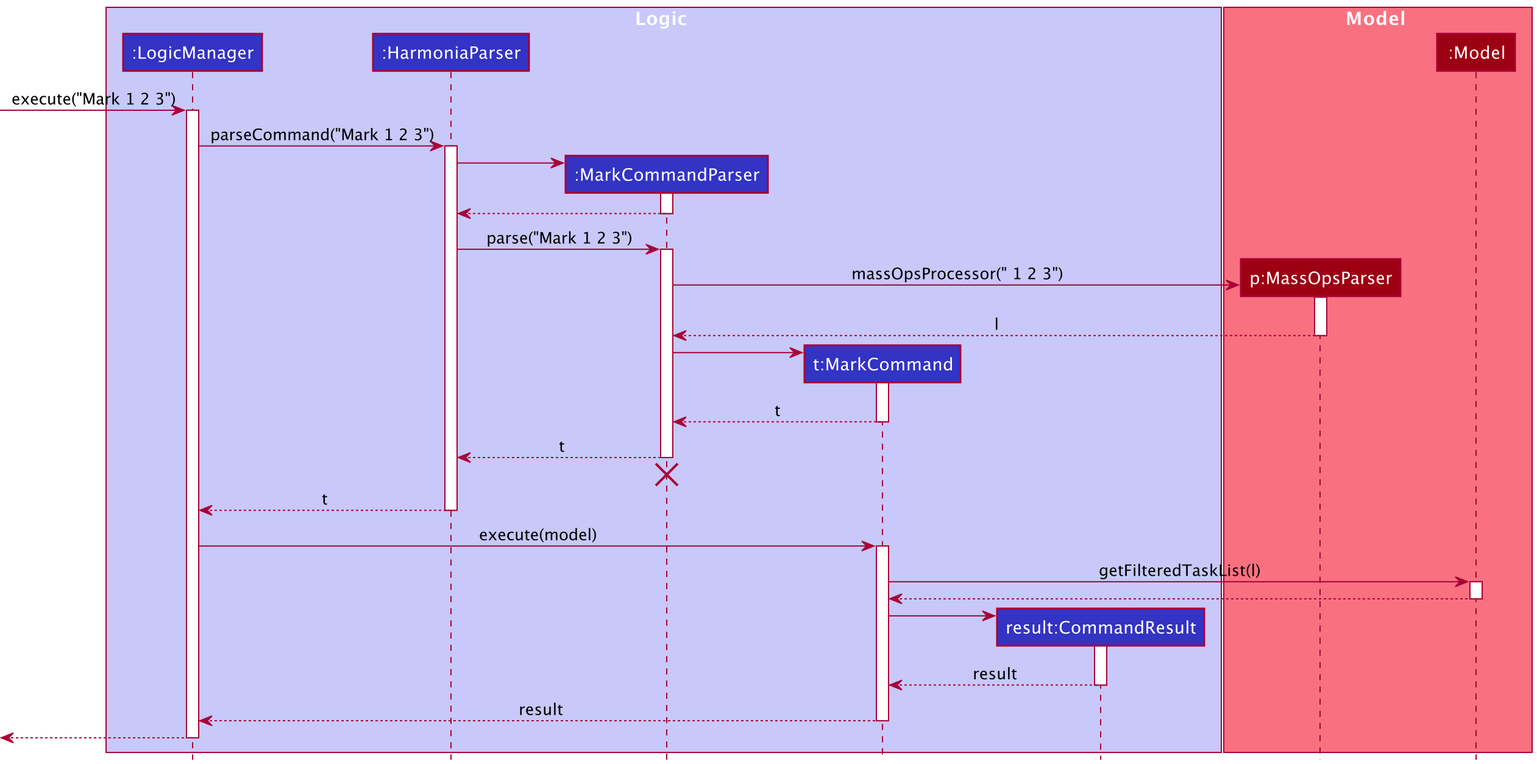
Before: docs/images/MassOpsMark.png, a diagram exported from PlantUML (sbhbenjamin/tp). Its source is kept beside it as docs/diagrams/MassOpsMark.puml. The source it was exported from:
```plantuml
@startuml
!include style.puml

 box Logic LOGIC_COLOR_T1
 participant ":LogicManager" as LogicManager LOGIC_COLOR
 participant ":HarmoniaParser" as HarmoniaParser LOGIC_COLOR
 participant ":MarkCommandParser" as MarkCommandParser LOGIC_COLOR
 participant "t:MarkCommand" as MarkCommand LOGIC_COLOR
 participant "result:CommandResult" as CommandResult LOGIC_COLOR
 end box

 box Model MODEL_COLOR_T1
 participant "p:MassOpsParser" as MassOpsParser MODEL_COLOR
 participant ":Model" as Model MODEL_COLOR
 end box

 [-> LogicManager : execute("Mark 1 2 3")
 activate LogicManager

 LogicManager -> HarmoniaParser : parseCommand("Mark 1 2 3")
 activate HarmoniaParser

 create MarkCommandParser
 HarmoniaParser -> MarkCommandParser
 activate MarkCommandParser

 MarkCommandParser --> HarmoniaParser
 deactivate MarkCommandParser

 HarmoniaParser -> MarkCommandParser : parse("Mark 1 2 3")
 activate MarkCommandParser

 create MassOpsParser
 MarkCommandParser -> MassOpsParser : massOpsProcessor(" 1 2 3")
 activate MassOpsParser

 MassOpsParser --> MarkCommandParser : l
 deactivate MassOpsParser

 create MarkCommand
 MarkCommandParser -> MarkCommand
 activate MarkCommand

 MarkCommand --> MarkCommandParser : t
 deactivate MarkCommand

 MarkCommandParser --> HarmoniaParser : t
 deactivate MarkCommandParser
 MarkCommandParser -[hidden]-> HarmoniaParser
 destroy MarkCommandParser

 HarmoniaParser --> LogicManager : t
 deactivate HarmoniaParser

 LogicManager -> MarkCommand : execute(model)
 activate MarkCommand

 MarkCommand -> Model : getFilteredTaskList(l)
 activate Model

 Model --> MarkCommand
 deactivate Model

 create CommandResult
 MarkCommand -> CommandResult
 activate CommandResult

 CommandResult --> MarkCommand : result
 deactivate CommandResult

 MarkCommand --> LogicManager : result
 deactivate MarkCommand

 [<--LogicManager
 deactivate LogicManager
 @enduml
```
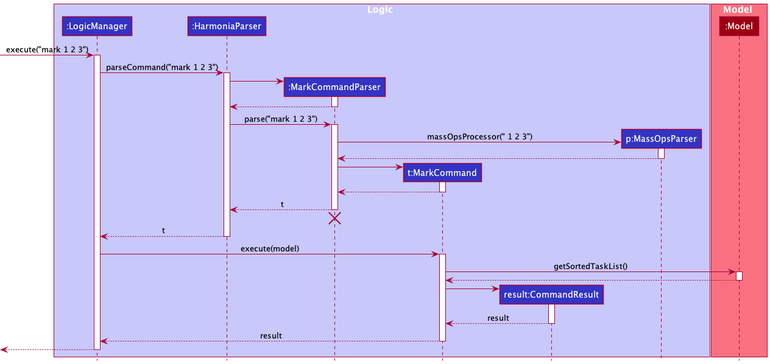
Later version of the same file.

What changed in the source:
```diff
@@ -7,17 +7,17 @@
  participant ":MarkCommandParser" as MarkCommandParser LOGIC_COLOR
  participant "t:MarkCommand" as MarkCommand LOGIC_COLOR
  participant "result:CommandResult" as CommandResult LOGIC_COLOR
+ participant "p:MassOpsParser" as MassOpsParser LOGIC_COLOR
  end box
 
  box Model MODEL_COLOR_T1
- participant "p:MassOpsParser" as MassOpsParser MODEL_COLOR
  participant ":Model" as Model MODEL_COLOR
  end box
 
- [-> LogicManager : execute("Mark 1 2 3")
+ [-> LogicManager : execute("mark 1 2 3")
  activate LogicManager
 
- LogicManager -> HarmoniaParser : parseCommand("Mark 1 2 3")
+ LogicManager -> HarmoniaParser : parseCommand("mark 1 2 3")
  activate HarmoniaParser
 
  create MarkCommandParser
@@ -27,21 +27,21 @@
  MarkCommandParser --> HarmoniaParser
  deactivate MarkCommandParser
 
- HarmoniaParser -> MarkCommandParser : parse("Mark 1 2 3")
+ HarmoniaParser -> MarkCommandParser : parse("mark 1 2 3")
  activate MarkCommandParser
 
  create MassOpsParser
  MarkCommandParser -> MassOpsParser : massOpsProcessor(" 1 2 3")
  activate MassOpsParser
 
- MassOpsParser --> MarkCommandParser : l
+ MassOpsParser --> MarkCommandParser
  deactivate MassOpsParser
 
  create MarkCommand
  MarkCommandParser -> MarkCommand
  activate MarkCommand
 
- MarkCommand --> MarkCommandParser : t
+ MarkCommand --> MarkCommandParser
  deactivate MarkCommand
 
  MarkCommandParser --> HarmoniaParser : t
@@ -55,7 +55,7 @@
  LogicManager -> MarkCommand : execute(model)
  activate MarkCommand
 
- MarkCommand -> Model : getFilteredTaskList(l)
+ MarkCommand -> Model : getSortedTaskList()
  activate Model
 
  Model --> MarkCommand
```
